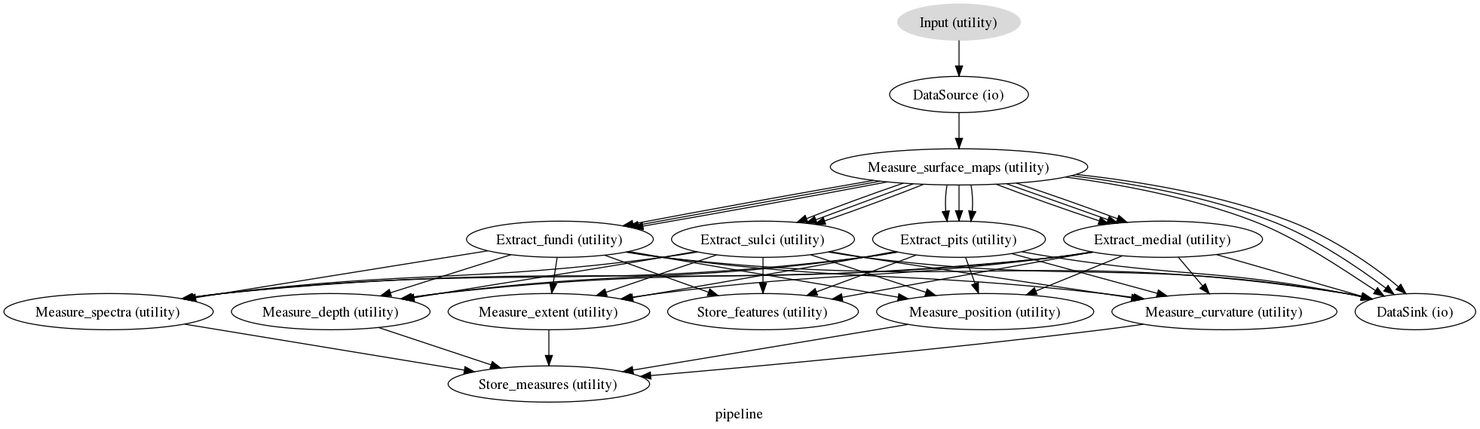
This is pipeline/graph.dot.png from nipy/mindboggle, a Graphviz export, as it was before one commit. Its source is kept beside it as pipeline/graph.dot.
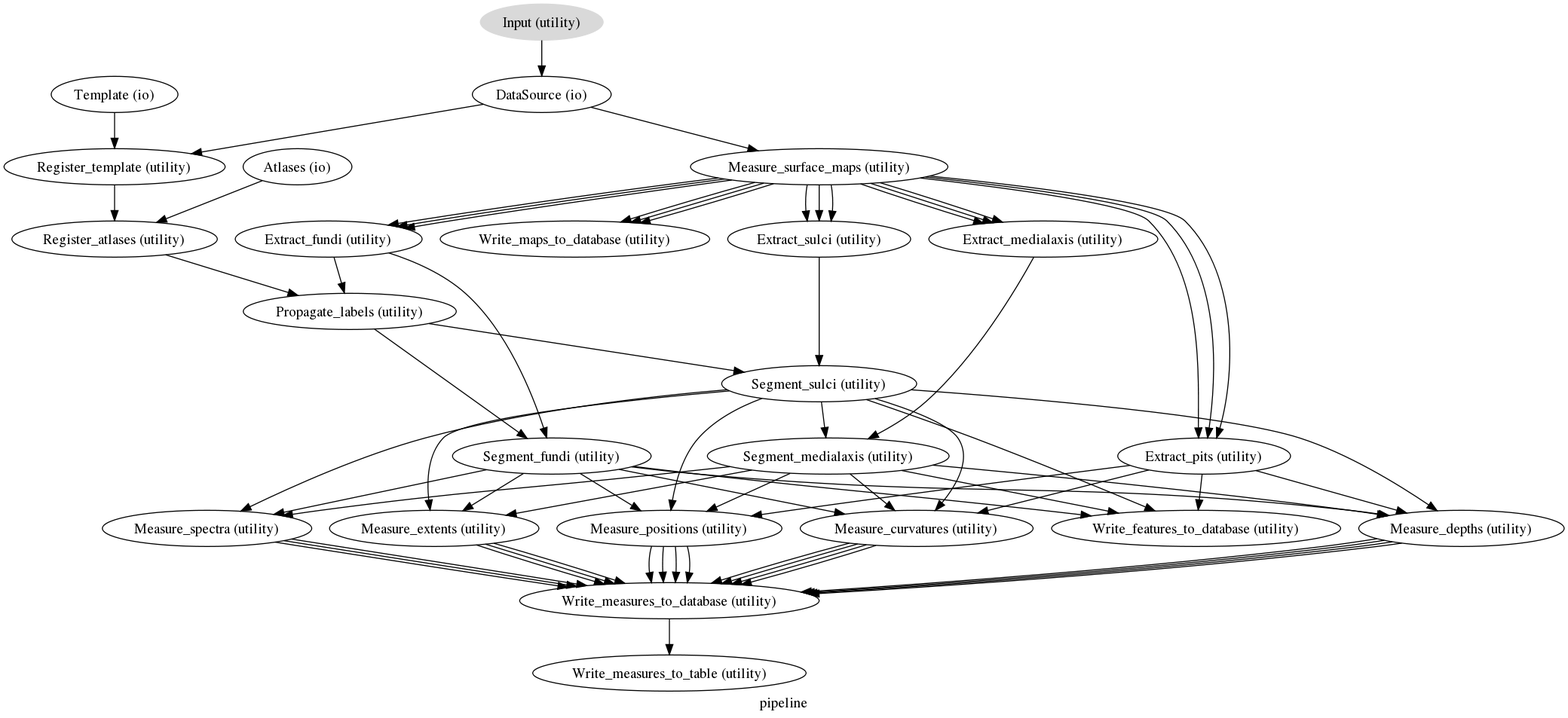
The same diagram one commit later.

Commit message:
updated pipeline graphs

Diff of the diagram source:
```diff
@@ -1,68 +1,97 @@
 digraph pipeline{
   label="pipeline";
+  pipeline_Atlases[label="Atlases (io)"];
+  pipeline_Template[label="Template (io)"];
   pipeline_Input[label="Input (utility)", style=filled, colorscheme=greys7 color=2];
   pipeline_DataSource[label="DataSource (io)"];
   pipeline_Measure_surface_maps[label="Measure_surface_maps (utility)"];
-  pipeline_Extract_medial[label="Extract_medial (utility)"];
+  pipeline_Extract_sulci[label="Extract_sulci (utility)"];
+  pipeline_Extract_medialaxis[label="Extract_medialaxis (utility)"];
+  pipeline_Extract_pits[label="Extract_pits (utility)"];
+  pipeline_Write_maps_to_database[label="Write_maps_to_database (utility)"];
   pipeline_Extract_fundi[label="Extract_fundi (utility)"];
-  pipeline_Extract_sulci[label="Extract_sulci (utility)"];
-  pipeline_Extract_pits[label="Extract_pits (utility)"];
-  pipeline_Store_features[label="Store_features (utility)"];
-  pipeline_Measure_extent[label="Measure_extent (utility)"];
-  pipeline_Measure_position[label="Measure_position (utility)"];
-  pipeline_Measure_curvature[label="Measure_curvature (utility)"];
+  pipeline_Register_template[label="Register_template (utility)"];
+  pipeline_Register_atlases[label="Register_atlases (utility)"];
+  pipeline_Propagate_labels[label="Propagate_labels (utility)"];
+  pipeline_Segment_fundi[label="Segment_fundi (utility)"];
+  pipeline_Segment_sulci[label="Segment_sulci (utility)"];
+  pipeline_Segment_medialaxis[label="Segment_medialaxis (utility)"];
+  pipeline_Measure_curvatures[label="Measure_curvatures (utility)"];
+  pipeline_Write_features_to_database[label="Write_features_to_database (utility)"];
+  pipeline_Measure_depths[label="Measure_depths (utility)"];
+  pipeline_Measure_positions[label="Measure_positions (utility)"];
+  pipeline_Measure_extents[label="Measure_extents (utility)"];
   pipeline_Measure_spectra[label="Measure_spectra (utility)"];
-  pipeline_DataSink[label="DataSink (io)"];
-  pipeline_Measure_depth[label="Measure_depth (utility)"];
-  pipeline_Store_measures[label="Store_measures (utility)"];
+  pipeline_Write_measures_to_database[label="Write_measures_to_database (utility)"];
+  pipeline_Write_measures_to_table[label="Write_measures_to_table (utility)"];
+  pipeline_Atlases -> pipeline_Register_atlases;
+  pipeline_Template -> pipeline_Register_template;
   pipeline_Input -> pipeline_DataSource;
+  pipeline_DataSource -> pipeline_Register_template;
   pipeline_DataSource -> pipeline_Measure_surface_maps;
-  pipeline_Measure_surface_maps -> pipeline_Extract_medial;
-  pipeline_Measure_surface_maps -> pipeline_Extract_medial;
-  pipeline_Measure_surface_maps -> pipeline_Extract_medial;
+  pipeline_Measure_surface_maps -> pipeline_Extract_sulci;
+  pipeline_Measure_surface_maps -> pipeline_Extract_sulci;
+  pipeline_Measure_surface_maps -> pipeline_Extract_sulci;
+  pipeline_Measure_surface_maps -> pipeline_Extract_medialaxis;
+  pipeline_Measure_surface_maps -> pipeline_Extract_medialaxis;
+  pipeline_Measure_surface_maps -> pipeline_Extract_medialaxis;
+  pipeline_Measure_surface_maps -> pipeline_Extract_pits;
+  pipeline_Measure_surface_maps -> pipeline_Extract_pits;
+  pipeline_Measure_surface_maps -> pipeline_Extract_pits;
+  pipeline_Measure_surface_maps -> pipeline_Write_maps_to_database;
+  pipeline_Measure_surface_maps -> pipeline_Write_maps_to_database;
+  pipeline_Measure_surface_maps -> pipeline_Write_maps_to_database;
   pipeline_Measure_surface_maps -> pipeline_Extract_fundi;
   pipeline_Measure_surface_maps -> pipeline_Extract_fundi;
   pipeline_Measure_surface_maps -> pipeline_Extract_fundi;
-  pipeline_Measure_surface_maps -> pipeline_Extract_sulci;
-  pipeline_Measure_surface_maps -> pipeline_Extract_sulci;
-  pipeline_Measure_surface_maps -> pipeline_Extract_sulci;
-  pipeline_Measure_surface_maps -> pipeline_DataSink;
-  pipeline_Measure_surface_maps -> pipeline_DataSink;
-  pipeline_Measure_surface_maps -> pipeline_DataSink;
-  pipeline_Measure_surface_maps -> pipeline_Extract_pits;
-  pipeline_Measure_surface_maps -> pipeline_Extract_pits;
-  pipeline_Measure_surface_maps -> pipeline_Extract_pits;
-  pipeline_Extract_medial -> pipeline_Store_features;
-  pipeline_Extract_medial -> pipeline_Measure_extent;
-  pipeline_Extract_medial -> pipeline_Measure_position;
-  pipeline_Extract_medial -> pipeline_Measure_curvature;
-  pipeline_Extract_medial -> pipeline_Measure_spectra;
-  pipeline_Extract_medial -> pipeline_DataSink;
-  pipeline_Extract_medial -> pipeline_Measure_depth;
-  pipeline_Extract_fundi -> pipeline_Store_features;
-  pipeline_Extract_fundi -> pipeline_Measure_extent;
-  pipeline_Extract_fundi -> pipeline_Measure_position;
-  pipeline_Extract_fundi -> pipeline_Measure_curvature;
-  pipeline_Extract_fundi -> pipeline_Measure_spectra;
-  pipeline_Extract_fundi -> pipeline_DataSink;
-  pipeline_Extract_fundi -> pipeline_Measure_depth;
-  pipeline_Extract_sulci -> pipeline_Store_features;
-  pipeline_Extract_sulci -> pipeline_Measure_extent;
-  pipeline_Extract_sulci -> pipeline_Measure_position;
-  pipeline_Extract_sulci -> pipeline_Measure_curvature;
-  pipeline_Extract_sulci -> pipeline_Measure_spectra;
-  pipeline_Extract_sulci -> pipeline_DataSink;
-  pipeline_Extract_sulci -> pipeline_Measure_depth;
-  pipeline_Extract_pits -> pipeline_Store_features;
-  pipeline_Extract_pits -> pipeline_Measure_extent;
-  pipeline_Extract_pits -> pipeline_Measure_position;
-  pipeline_Extract_pits -> pipeline_Measure_curvature;
-  pipeline_Extract_pits -> pipeline_Measure_spectra;
-  pipeline_Extract_pits -> pipeline_DataSink;
-  pipeline_Extract_pits -> pipeline_Measure_depth;
-  pipeline_Measure_extent -> pipeline_Store_measures;
-  pipeline_Measure_position -> pipeline_Store_measures;
-  pipeline_Measure_curvature -> pipeline_Store_measures;
-  pipeline_Measure_spectra -> pipeline_Store_measures;
-  pipeline_Measure_depth -> pipeline_Store_measures;
+  pipeline_Extract_sulci -> pipeline_Segment_sulci;
+  pipeline_Extract_medialaxis -> pipeline_Segment_medialaxis;
+  pipeline_Extract_pits -> pipeline_Measure_positions;
+  pipeline_Extract_pits -> pipeline_Write_features_to_database;
+  pipeline_Extract_pits -> pipeline_Measure_depths;
+  pipeline_Extract_pits -> pipeline_Measure_curvatures;
+  pipeline_Extract_fundi -> pipeline_Segment_fundi;
+  pipeline_Extract_fundi -> pipeline_Propagate_labels;
+  pipeline_Register_template -> pipeline_Register_atlases;
+  pipeline_Register_atlases -> pipeline_Propagate_labels;
+  pipeline_Propagate_labels -> pipeline_Segment_fundi;
+  pipeline_Propagate_labels -> pipeline_Segment_sulci;
+  pipeline_Segment_fundi -> pipeline_Measure_curvatures;
+  pipeline_Segment_fundi -> pipeline_Write_features_to_database;
+  pipeline_Segment_fundi -> pipeline_Measure_depths;
+  pipeline_Segment_fundi -> pipeline_Measure_positions;
+  pipeline_Segment_fundi -> pipeline_Measure_extents;
+  pipeline_Segment_fundi -> pipeline_Measure_spectra;
+  pipeline_Segment_sulci -> pipeline_Measure_curvatures;
+  pipeline_Segment_sulci -> pipeline_Segment_medialaxis;
+  pipeline_Segment_sulci -> pipeline_Write_features_to_database;
+  pipeline_Segment_sulci -> pipeline_Measure_depths;
+  pipeline_Segment_sulci -> pipeline_Measure_positions;
+  pipeline_Segment_sulci -> pipeline_Measure_extents;
+  pipeline_Segment_sulci -> pipeline_Measure_spectra;
+  pipeline_Segment_medialaxis -> pipeline_Measure_curvatures;
+  pipeline_Segment_medialaxis -> pipeline_Write_features_to_database;
+  pipeline_Segment_medialaxis -> pipeline_Measure_depths;
+  pipeline_Segment_medialaxis -> pipeline_Measure_positions;
+  pipeline_Segment_medialaxis -> pipeline_Measure_extents;
+  pipeline_Segment_medialaxis -> pipeline_Measure_spectra;
+  pipeline_Measure_curvatures -> pipeline_Write_measures_to_database;
+  pipeline_Measure_curvatures -> pipeline_Write_measures_to_database;
+  pipeline_Measure_curvatures -> pipeline_Write_measures_to_database;
+  pipeline_Measure_curvatures -> pipeline_Write_measures_to_database;
+  pipeline_Measure_depths -> pipeline_Write_measures_to_database;
+  pipeline_Measure_depths -> pipeline_Write_measures_to_database;
+  pipeline_Measure_depths -> pipeline_Write_measures_to_database;
+  pipeline_Measure_depths -> pipeline_Write_measures_to_database;
+  pipeline_Measure_positions -> pipeline_Write_measures_to_database;
+  pipeline_Measure_positions -> pipeline_Write_measures_to_database;
+  pipeline_Measure_positions -> pipeline_Write_measures_to_database;
+  pipeline_Measure_positions -> pipeline_Write_measures_to_database;
+  pipeline_Measure_extents -> pipeline_Write_measures_to_database;
+  pipeline_Measure_extents -> pipeline_Write_measures_to_database;
+  pipeline_Measure_extents -> pipeline_Write_measures_to_database;
+  pipeline_Measure_spectra -> pipeline_Write_measures_to_database;
+  pipeline_Measure_spectra -> pipeline_Write_measures_to_database;
+  pipeline_Measure_spectra -> pipeline_Write_measures_to_database;
+  pipeline_Write_measures_to_database -> pipeline_Write_measures_to_table;
 }
```
